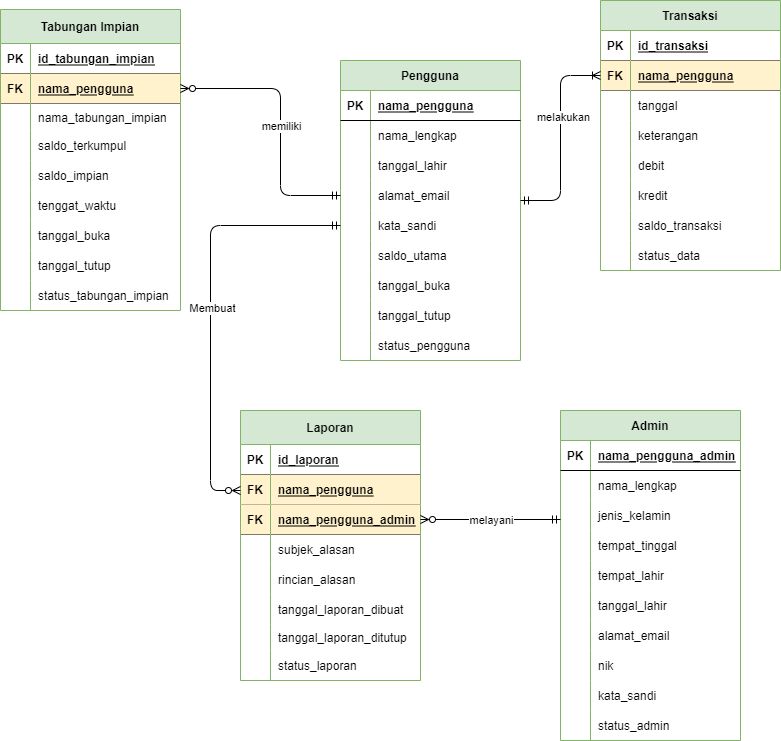
Before: Database/ERD_Darimu_Transparant.png, a diagram exported from draw.io (ammarsufyan/Darimu). Source tidied: cells renumbered, new cells last; positions are measured from the earlier drawing's top-left corner, leaving out a move shared by most shapes.
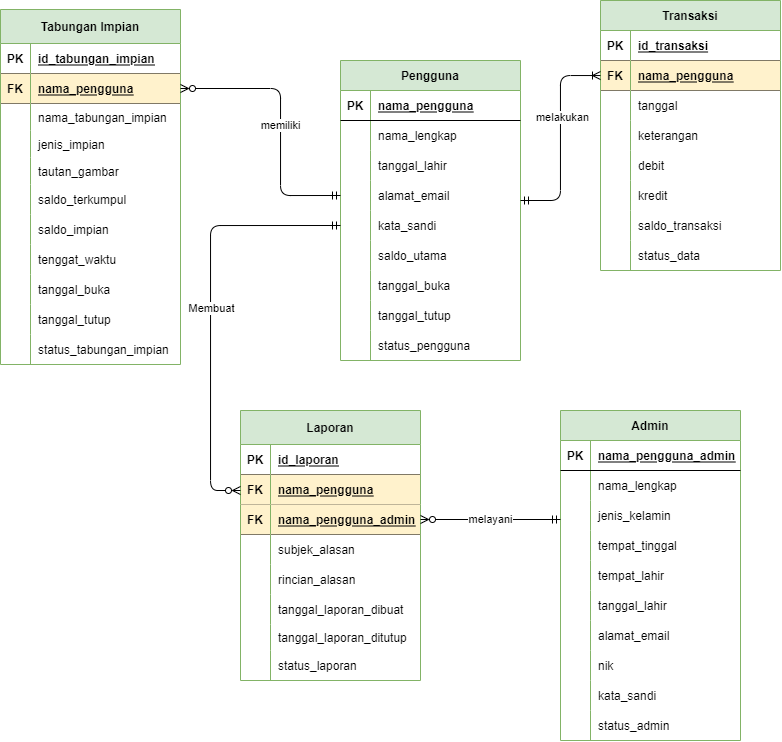
Above is the later version.

Commit message:
update ERD + sql trigger_procedure

The edit, as a diff of the source:
```diff
@@ -162,7 +162,7 @@
       <mxGeometry x="30" width="150" height="30" as="geometry" />
     </mxCell>
     <mxCell id="55" value="Tabungan Impian" style="shape=table;startSize=34;rowLines=0;fontStyle=1;align=center;fillColor=#d5e8d4;strokeColor=#82b366;" parent="1" vertex="1">
-      <mxGeometry y="9" width="180" height="301" as="geometry" />
+      <mxGeometry y="9" width="180" height="355" as="geometry" />
     </mxCell>
     <mxCell id="56" style="shape=partialRectangle;fillColor=none;top=0;left=0;bottom=1;right=0;" parent="55" vertex="1">
       <mxGeometry y="34" width="180" height="30" as="geometry" />
@@ -191,8 +191,26 @@
     <mxCell id="64" value="nama_tabungan_impian" style="shape=partialRectangle;fillColor=none;top=0;left=0;bottom=0;right=0;align=left;spacingLeft=6;overflow=hidden;" parent="62" vertex="1">
       <mxGeometry x="30" width="150" height="27" as="geometry" />
     </mxCell>
+    <mxCell id="147" style="shape=partialRectangle;fillColor=none;top=0;left=0;bottom=0;right=0;" parent="55" vertex="1">
+      <mxGeometry y="121" width="180" height="27" as="geometry" />
+    </mxCell>
+    <mxCell id="148" style="shape=partialRectangle;fillColor=none;top=0;left=0;bottom=0;right=0;overflow=hidden;" parent="147" vertex="1">
+      <mxGeometry width="30" height="27" as="geometry" />
+    </mxCell>
+    <mxCell id="149" value="jenis_impian" style="shape=partialRectangle;fillColor=none;top=0;left=0;bottom=0;right=0;align=left;spacingLeft=6;overflow=hidden;" parent="147" vertex="1">
+      <mxGeometry x="30" width="150" height="27" as="geometry" />
+    </mxCell>
+    <mxCell id="150" style="shape=partialRectangle;fillColor=none;top=0;left=0;bottom=0;right=0;" parent="55" vertex="1">
+      <mxGeometry y="148" width="180" height="27" as="geometry" />
+    </mxCell>
+    <mxCell id="151" style="shape=partialRectangle;fillColor=none;top=0;left=0;bottom=0;right=0;overflow=hidden;" parent="150" vertex="1">
+      <mxGeometry width="30" height="27" as="geometry" />
+    </mxCell>
+    <mxCell id="152" value="tautan_gambar" style="shape=partialRectangle;fillColor=none;top=0;left=0;bottom=0;right=0;align=left;spacingLeft=6;overflow=hidden;" parent="150" vertex="1">
+      <mxGeometry x="30" width="150" height="27" as="geometry" />
+    </mxCell>
     <mxCell id="65" style="shape=partialRectangle;fillColor=none;top=0;left=0;bottom=0;right=0;" parent="55" vertex="1">
-      <mxGeometry y="121" width="180" height="30" as="geometry" />
+      <mxGeometry y="175" width="180" height="30" as="geometry" />
     </mxCell>
     <mxCell id="66" style="shape=partialRectangle;fillColor=none;top=0;left=0;bottom=0;right=0;overflow=hidden;" parent="65" vertex="1">
       <mxGeometry width="30" height="30" as="geometry" />
@@ -201,7 +219,7 @@
       <mxGeometry x="30" width="150" height="30" as="geometry" />
     </mxCell>
     <mxCell id="68" style="shape=partialRectangle;fillColor=none;top=0;left=0;bottom=0;right=0;" parent="55" vertex="1">
-      <mxGeometry y="151" width="180" height="30" as="geometry" />
+      <mxGeometry y="205" width="180" height="30" as="geometry" />
     </mxCell>
     <mxCell id="69" style="shape=partialRectangle;fillColor=none;top=0;left=0;bottom=0;right=0;overflow=hidden;" parent="68" vertex="1">
       <mxGeometry width="30" height="30" as="geometry" />
@@ -210,7 +228,7 @@
       <mxGeometry x="30" width="150" height="30" as="geometry" />
     </mxCell>
     <mxCell id="71" style="shape=partialRectangle;fillColor=none;top=0;left=0;bottom=0;right=0;" parent="55" vertex="1">
-      <mxGeometry y="181" width="180" height="30" as="geometry" />
+      <mxGeometry y="235" width="180" height="30" as="geometry" />
     </mxCell>
     <mxCell id="72" style="shape=partialRectangle;fillColor=none;top=0;left=0;bottom=0;right=0;overflow=hidden;" parent="71" vertex="1">
       <mxGeometry width="30" height="30" as="geometry" />
@@ -219,7 +237,7 @@
       <mxGeometry x="30" width="150" height="30" as="geometry" />
     </mxCell>
     <mxCell id="74" style="shape=partialRectangle;fillColor=none;top=0;left=0;bottom=0;right=0;" parent="55" vertex="1">
-      <mxGeometry y="211" width="180" height="30" as="geometry" />
+      <mxGeometry y="265" width="180" height="30" as="geometry" />
     </mxCell>
     <mxCell id="75" style="shape=partialRectangle;fillColor=none;top=0;left=0;bottom=0;right=0;overflow=hidden;" parent="74" vertex="1">
       <mxGeometry width="30" height="30" as="geometry" />
@@ -228,7 +246,7 @@
       <mxGeometry x="30" width="150" height="30" as="geometry" />
     </mxCell>
     <mxCell id="77" style="shape=partialRectangle;fillColor=none;top=0;left=0;bottom=0;right=0;" parent="55" vertex="1">
-      <mxGeometry y="241" width="180" height="30" as="geometry" />
+      <mxGeometry y="295" width="180" height="30" as="geometry" />
     </mxCell>
     <mxCell id="78" style="shape=partialRectangle;fillColor=none;top=0;left=0;bottom=0;right=0;overflow=hidden;" parent="77" vertex="1">
       <mxGeometry width="30" height="30" as="geometry" />
@@ -237,7 +255,7 @@
       <mxGeometry x="30" width="150" height="30" as="geometry" />
     </mxCell>
     <mxCell id="80" style="shape=partialRectangle;fillColor=none;top=0;left=0;bottom=0;right=0;" parent="55" vertex="1">
-      <mxGeometry y="271" width="180" height="30" as="geometry" />
+      <mxGeometry y="325" width="180" height="30" as="geometry" />
     </mxCell>
     <mxCell id="81" style="shape=partialRectangle;fillColor=none;top=0;left=0;bottom=0;right=0;overflow=hidden;" parent="80" vertex="1">
       <mxGeometry width="30" height="30" as="geometry" />
```
